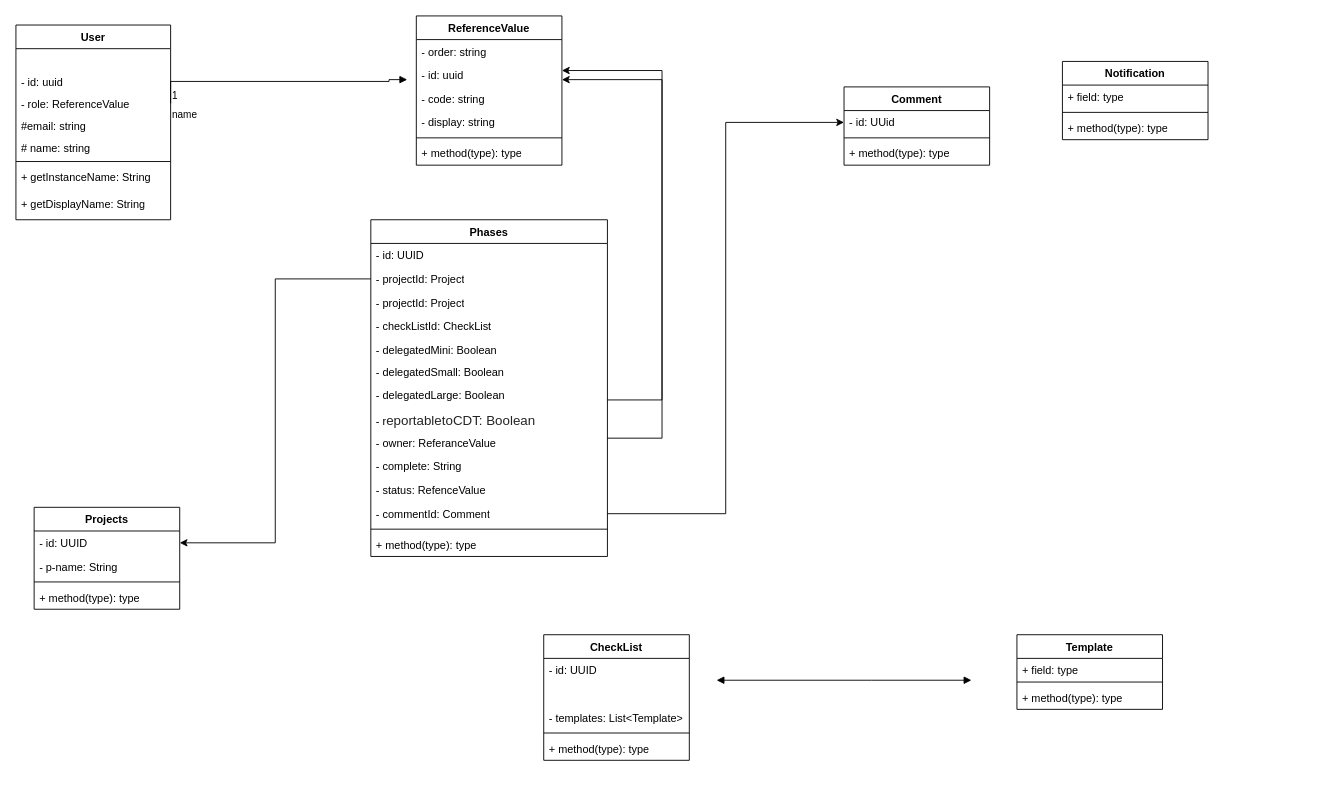
Earlier version of the draw.io diagram Share-Point.drawio (priyanshujoshi909/design-pattern). Source tidied: cells renumbered, new cells numbered last; positions are measured from the earlier drawing's top-left corner, leaving out a move shared by most shapes. Both pictures are drawn from the tidied source at 91%, with x=0, y=0 at pixel (15, 15).
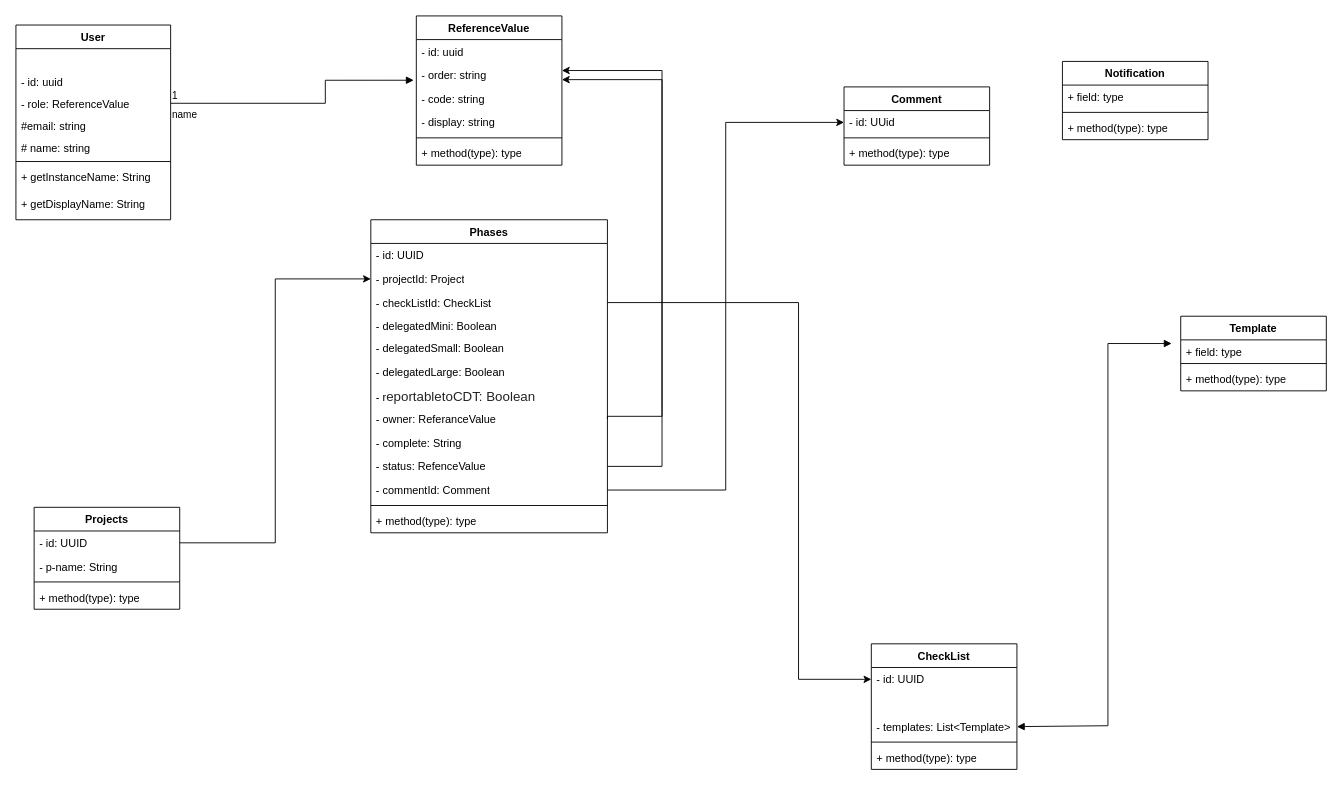
The same page after the edit.

The change refers to these unchanged cells:
```xml
<mxCell id="5" value="- role: ReferenceValue" style="text;strokeColor=none;fillColor=none;align=left;verticalAlign=top;spacingLeft=4;spacingRight=4;overflow=hidden;points=[[0,0.5],[1,0.5]];portConstraint=eastwest;whiteSpace=wrap;html=1;" parent="2" vertex="1">
  <mxGeometry y="74" width="170" height="24" as="geometry" />
</mxCell>
<mxCell id="13" value="ReferenceValue" style="swimlane;fontStyle=1;align=center;verticalAlign=top;horizontal=1;startSize=26;whiteSpace=wrap;html=1;" parent="1" vertex="1">
  <mxGeometry x="440" width="160" height="164" as="geometry" />
</mxCell>
<mxCell id="30" value="- projectId: Project" style="text;strokeColor=none;fillColor=none;align=left;verticalAlign=top;spacingLeft=4;spacingRight=4;overflow=hidden;points=[[0,0.5],[1,0.5]];portConstraint=eastwest;whiteSpace=wrap;html=1;" parent="28" vertex="1">
  <mxGeometry y="52" width="260" height="26" as="geometry" />
</mxCell>
<mxCell id="45" value="- id: UUID" style="text;strokeColor=none;fillColor=none;align=left;verticalAlign=top;spacingLeft=4;spacingRight=4;overflow=hidden;points=[[0,0.5],[1,0.5]];portConstraint=eastwest;whiteSpace=wrap;html=1;" parent="44" vertex="1">
  <mxGeometry y="26" width="160" height="26" as="geometry" />
</mxCell>
<mxCell id="50" value="- id: UUID" style="text;strokeColor=none;fillColor=none;align=left;verticalAlign=top;spacingLeft=4;spacingRight=4;overflow=hidden;points=[[0,0.5],[1,0.5]];portConstraint=eastwest;whiteSpace=wrap;html=1;" parent="49" vertex="1">
  <mxGeometry y="26" width="160" height="26" as="geometry" />
</mxCell>
<mxCell id="52" value="- templates: List&amp;lt;Template&amp;gt;" style="text;strokeColor=none;fillColor=none;align=left;verticalAlign=top;spacingLeft=4;spacingRight=4;overflow=hidden;points=[[0,0.5],[1,0.5]];portConstraint=eastwest;whiteSpace=wrap;html=1;" parent="49" vertex="1">
  <mxGeometry y="78" width="160" height="26" as="geometry" />
</mxCell>
```

Diff of the diagram source:
```diff
@@
-    <mxCell id="11" value="name" style="endArrow=block;endFill=1;html=1;edgeStyle=orthogonalEdgeStyle;align=left;verticalAlign=top;rounded=0;exitX=1;exitY=0.5;exitDx=0;exitDy=0;" parent="1" edge="1" source="5">
+    <mxCell id="11" value="name" style="endArrow=block;endFill=1;html=1;edgeStyle=orthogonalEdgeStyle;align=left;verticalAlign=top;rounded=0;exitX=1;exitY=0.5;exitDx=0;exitDy=0;entryX=-0.018;entryY=0.718;entryDx=0;entryDy=0;entryPerimeter=0;" parent="1" edge="1" source="5" target="14">
       <mxGeometry x="-1" relative="1" as="geometry">
-        <mxPoint x="430" y="70" as="targetPoint" />
         <Array as="points">
-          <mxPoint x="410" y="72" />
-          <mxPoint x="410" y="70" />
+          <mxPoint x="340" y="96" />
+          <mxPoint x="340" y="71" />
         </Array>
       </mxGeometry>
     </mxCell>
@@
+    <mxCell id="15" value="- id: uuid" style="text;strokeColor=none;fillColor=none;align=left;verticalAlign=top;spacingLeft=4;spacingRight=4;overflow=hidden;whiteSpace=wrap;html=1;" parent="13" vertex="1">
+      <mxGeometry y="26" width="160" height="26" as="geometry" />
+    </mxCell>
     <mxCell id="14" value="- order: string" style="text;strokeColor=none;fillColor=none;align=left;verticalAlign=top;spacingLeft=4;spacingRight=4;overflow=hidden;points=[[0,0.5],[1,0.5]];portConstraint=eastwest;whiteSpace=wrap;html=1;" parent="13" vertex="1">
-      <mxGeometry y="26" width="160" height="26" as="geometry" />
+      <mxGeometry y="52" width="160" height="26" as="geometry" />
     </mxCell>
-    <mxCell id="15" value="- id: uuid" style="text;strokeColor=none;fillColor=none;align=left;verticalAlign=top;spacingLeft=4;spacingRight=4;overflow=hidden;whiteSpace=wrap;html=1;" parent="13" vertex="1">
-      <mxGeometry y="52" width="160" height="26" as="geometry" />
-    </mxCell>
@@
     <mxCell id="24" value="Template" style="swimlane;fontStyle=1;align=center;verticalAlign=top;horizontal=1;startSize=26;whiteSpace=wrap;html=1;" parent="1" vertex="1">
-      <mxGeometry x="1100" y="680" width="160" height="82" as="geometry" />
+      <mxGeometry x="1280" y="330" width="160" height="82" as="geometry" />
     </mxCell>
@@
     <mxCell id="28" value="Phases" style="swimlane;fontStyle=1;align=center;verticalAlign=top;horizontal=1;startSize=26;whiteSpace=wrap;html=1;" parent="1" vertex="1">
-      <mxGeometry x="390" y="224" width="260" height="370" as="geometry" />
+      <mxGeometry x="390" y="224" width="260" height="344" as="geometry" />
     </mxCell>
@@
-    <mxCell id="31" value="- projectId: Project" style="text;strokeColor=none;fillColor=none;align=left;verticalAlign=top;spacingLeft=4;spacingRight=4;overflow=hidden;whiteSpace=wrap;html=1;" parent="28" vertex="1">
-      <mxGeometry y="78" width="260" height="26" as="geometry" />
-    </mxCell>
     <mxCell id="32" value="- checkListId: CheckList" style="text;strokeColor=none;fillColor=none;align=left;verticalAlign=top;spacingLeft=4;spacingRight=4;overflow=hidden;points=[[0,0.5],[1,0.5]];portConstraint=eastwest;whiteSpace=wrap;html=1;" parent="28" vertex="1">
-      <mxGeometry y="104" width="260" height="26" as="geometry" />
+      <mxGeometry y="78" width="260" height="26" as="geometry" />
     </mxCell>
     <mxCell id="33" value="- delegatedMini: Boolean" style="text;strokeColor=none;fillColor=none;align=left;verticalAlign=top;spacingLeft=4;spacingRight=4;overflow=hidden;whiteSpace=wrap;html=1;" parent="28" vertex="1">
-      <mxGeometry y="130" width="260" height="24" as="geometry" />
+      <mxGeometry y="104" width="260" height="24" as="geometry" />
     </mxCell>
     <mxCell id="34" value="- delegatedSmall: Boolean" style="text;strokeColor=none;fillColor=none;align=left;verticalAlign=top;spacingLeft=4;spacingRight=4;overflow=hidden;whiteSpace=wrap;html=1;" parent="28" vertex="1">
-      <mxGeometry y="154" width="260" height="26" as="geometry" />
+      <mxGeometry y="128" width="260" height="26" as="geometry" />
     </mxCell>
     <mxCell id="35" value="- delegatedLarge: Boolean" style="text;strokeColor=none;fillColor=none;align=left;verticalAlign=top;spacingLeft=4;spacingRight=4;overflow=hidden;whiteSpace=wrap;html=1;" parent="28" vertex="1">
-      <mxGeometry y="180" width="260" height="26" as="geometry" />
+      <mxGeometry y="154" width="260" height="26" as="geometry" />
     </mxCell>
     <mxCell id="36" value="- r&lt;span style=&quot;color: rgb(36, 36, 36); font-family: &amp;quot;Aptos Narrow&amp;quot;, Calibri, &amp;quot;sans-serif&amp;quot;, &amp;quot;Mongolian Baiti&amp;quot;, &amp;quot;Microsoft Yi Baiti&amp;quot;, &amp;quot;Javanese Text&amp;quot;, &amp;quot;Yu Gothic&amp;quot;; font-size: 14.6667px; white-space-collapse: preserve; background-color: rgb(255, 255, 255);&quot;&gt;eportabletoCDT: Boolean&lt;/span&gt;" style="text;strokeColor=none;fillColor=none;align=left;verticalAlign=top;spacingLeft=4;spacingRight=4;overflow=hidden;whiteSpace=wrap;html=1;" parent="28" vertex="1">
-      <mxGeometry y="206" width="260" height="26" as="geometry" />
+      <mxGeometry y="180" width="260" height="26" as="geometry" />
     </mxCell>
     <mxCell id="37" value="- owner: ReferanceValue" style="text;strokeColor=none;fillColor=none;align=left;verticalAlign=top;spacingLeft=4;spacingRight=4;overflow=hidden;points=[[0,0.5],[1,0.5]];portConstraint=eastwest;whiteSpace=wrap;html=1;" parent="28" vertex="1">
-      <mxGeometry y="232" width="260" height="26" as="geometry" />
+      <mxGeometry y="206" width="260" height="26" as="geometry" />
     </mxCell>
     <mxCell id="38" value="- complete: String" style="text;strokeColor=none;fillColor=none;align=left;verticalAlign=top;spacingLeft=4;spacingRight=4;overflow=hidden;whiteSpace=wrap;html=1;" parent="28" vertex="1">
-      <mxGeometry y="258" width="260" height="26" as="geometry" />
+      <mxGeometry y="232" width="260" height="26" as="geometry" />
     </mxCell>
     <mxCell id="39" value="- status: RefenceValue" style="text;strokeColor=none;fillColor=none;align=left;verticalAlign=top;spacingLeft=4;spacingRight=4;overflow=hidden;points=[[0,0.5],[1,0.5]];portConstraint=eastwest;whiteSpace=wrap;html=1;" parent="28" vertex="1">
-      <mxGeometry y="284" width="260" height="26" as="geometry" />
+      <mxGeometry y="258" width="260" height="26" as="geometry" />
     </mxCell>
     <mxCell id="40" value="- commentId: Comment" style="text;strokeColor=none;fillColor=none;align=left;verticalAlign=top;spacingLeft=4;spacingRight=4;overflow=hidden;points=[[0,0.5],[1,0.5]];portConstraint=eastwest;whiteSpace=wrap;html=1;" parent="28" vertex="1">
-      <mxGeometry y="310" width="260" height="26" as="geometry" />
+      <mxGeometry y="284" width="260" height="26" as="geometry" />
     </mxCell>
     <mxCell id="41" style="line;strokeWidth=1;fillColor=none;align=left;verticalAlign=middle;spacingTop=-1;spacingLeft=3;spacingRight=3;labelPosition=right;strokeColor=inherit;" parent="28" vertex="1">
-      <mxGeometry y="336" width="260" height="8" as="geometry" />
+      <mxGeometry y="310" width="260" height="8" as="geometry" />
     </mxCell>
     <mxCell id="42" value="+ method(type): type" style="text;strokeColor=none;fillColor=none;align=left;verticalAlign=top;spacingLeft=4;spacingRight=4;overflow=hidden;whiteSpace=wrap;html=1;" parent="28" vertex="1">
-      <mxGeometry y="344" width="260" height="26" as="geometry" />
+      <mxGeometry y="318" width="260" height="26" as="geometry" />
     </mxCell>
-    <mxCell id="43" style="endArrow=block;startArrow=block;endFill=1;startFill=1;html=1;rounded=0;" parent="1" edge="1">
+    <mxCell id="43" style="endArrow=block;startArrow=block;endFill=1;startFill=1;html=1;rounded=0;exitX=1;exitY=0.5;exitDx=0;exitDy=0;" parent="1" edge="1" source="52">
       <mxGeometry relative="1" as="geometry">
-        <mxPoint x="770" y="730" as="sourcePoint" />
-        <mxPoint x="1050" y="730" as="targetPoint" />
+        <mxPoint x="1270" y="360" as="targetPoint" />
         <Array as="points">
-          <mxPoint x="940" y="730" />
+          <mxPoint x="1200" y="780" />
+          <mxPoint x="1200" y="360" />
         </Array>
       </mxGeometry>
     </mxCell>
@@
     <mxCell id="49" value="CheckList" style="swimlane;fontStyle=1;align=center;verticalAlign=top;horizontal=1;startSize=26;whiteSpace=wrap;html=1;" parent="1" vertex="1">
-      <mxGeometry x="580" y="680" width="160" height="138" as="geometry" />
+      <mxGeometry x="940" y="690" width="160" height="138" as="geometry" />
     </mxCell>
@@
-    <mxCell id="55" style="edgeStyle=orthogonalEdgeStyle;rounded=0;orthogonalLoop=1;jettySize=auto;html=1;entryX=1;entryY=0.5;entryDx=0;entryDy=0;" parent="1" edge="1">
+    <mxCell id="55" style="edgeStyle=orthogonalEdgeStyle;rounded=0;jettySize=auto;html=1;entryX=1;entryY=0.5;entryDx=0;entryDy=0;exitX=1;exitY=0.5;exitDx=0;exitDy=0;" parent="1" edge="1" source="39">
       <mxGeometry relative="1" as="geometry">
-        <mxPoint x="650" y="464" as="sourcePoint" />
         <mxPoint x="600" y="60" as="targetPoint" />
         <Array as="points">
-          <mxPoint x="710" y="464" />
+          <mxPoint x="710" y="495" />
           <mxPoint x="710" y="60" />
         </Array>
       </mxGeometry>
     </mxCell>
-    <mxCell id="56" style="edgeStyle=orthogonalEdgeStyle;rounded=0;orthogonalLoop=1;jettySize=auto;html=1;entryX=1;entryY=0.5;entryDx=0;entryDy=0;" parent="1" edge="1">
+    <mxCell id="56" style="edgeStyle=orthogonalEdgeStyle;rounded=0;jettySize=auto;html=1;entryX=1;entryY=0.5;entryDx=0;entryDy=0;exitX=1;exitY=0.5;exitDx=0;exitDy=0;" parent="1" edge="1" source="37">
       <mxGeometry relative="1" as="geometry">
-        <mxPoint x="650" y="422" as="sourcePoint" />
         <mxPoint x="600" y="70" as="targetPoint" />
         <Array as="points">
-          <mxPoint x="710" y="422" />
+          <mxPoint x="650" y="440" />
+          <mxPoint x="710" y="440" />
           <mxPoint x="710" y="70" />
         </Array>
       </mxGeometry>
     </mxCell>
@@
-    <mxCell id="62" style="edgeStyle=orthogonalEdgeStyle;rounded=0;jettySize=auto;html=1;entryX=1;entryY=0.5;entryDx=0;entryDy=0;" parent="1" edge="1" source="30" target="45">
-      <mxGeometry relative="1" as="geometry" />
-    </mxCell>
+    <mxCell id="63" style="edgeStyle=orthogonalEdgeStyle;rounded=0;jettySize=auto;html=1;entryX=0;entryY=0.5;entryDx=0;entryDy=0;" parent="1" edge="1" source="32" target="50">
+      <mxGeometry relative="1" as="geometry">
+        <Array as="points">
+          <mxPoint x="860" y="315" />
+          <mxPoint x="860" y="729" />
+        </Array>
+      </mxGeometry>
+    </mxCell>
+    <mxCell id="64" style="edgeStyle=orthogonalEdgeStyle;rounded=0;jettySize=auto;html=1;entryX=0;entryY=0.5;entryDx=0;entryDy=0;" parent="1" edge="1" source="45" target="30">
+      <mxGeometry relative="1" as="geometry" />
+    </mxCell>
```
